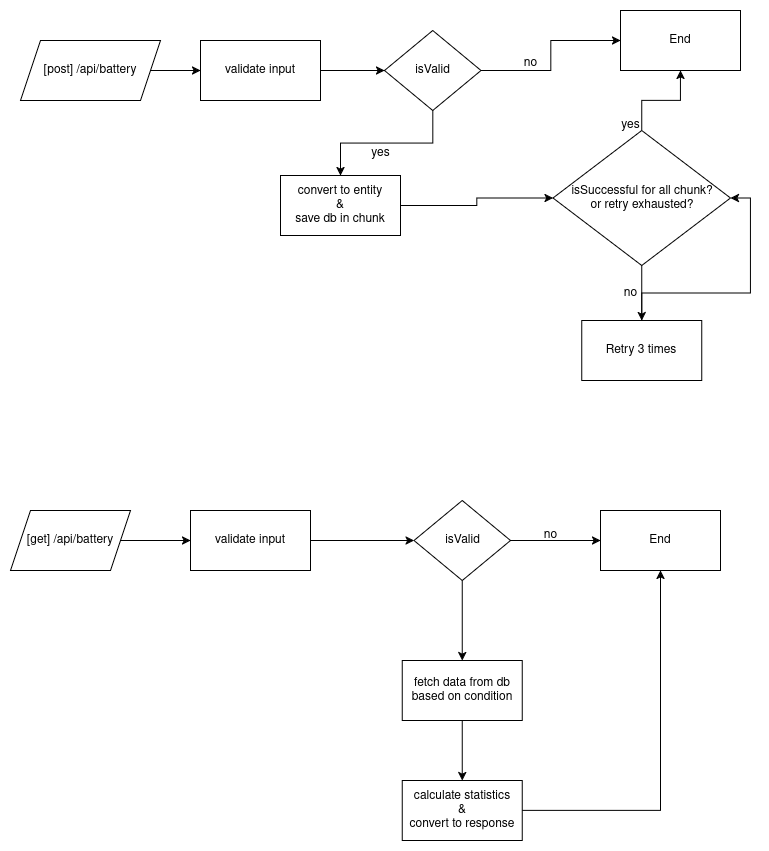
Earlier version of the draw.io export Flow Diagram.png (Hafiz-SE/vpp-backend). Source tidied: cells renumbered, new cells last; positions are measured from the earlier drawing's top-left corner, leaving out a move shared by most shapes.
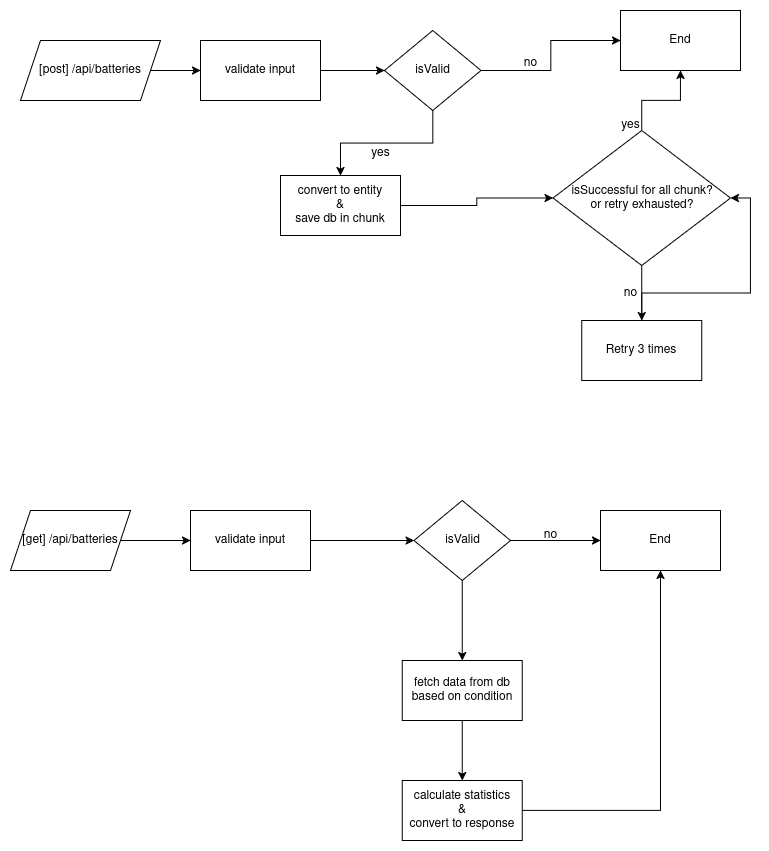
After the commit.

What changed in the source:
```diff
@@ -5,13 +5,13 @@
     <mxCell id="2" style="edgeStyle=orthogonalEdgeStyle;rounded=0;jettySize=auto;html=1;" parent="1" edge="1" source="3" target="7">
       <mxGeometry relative="1" as="geometry" />
     </mxCell>
-    <mxCell id="3" value="[post] /api/battery" style="shape=parallelogram;perimeter=parallelogramPerimeter;whiteSpace=wrap;html=1;fixedSize=1;" parent="1" vertex="1">
+    <mxCell id="3" value="&lt;div&gt;[post] /api/batteries&lt;/div&gt;" style="shape=parallelogram;perimeter=parallelogramPerimeter;whiteSpace=wrap;html=1;fixedSize=1;" parent="1" vertex="1">
       <mxGeometry x="10" y="30" width="140" height="60" as="geometry" />
     </mxCell>
     <mxCell id="4" style="edgeStyle=orthogonalEdgeStyle;rounded=0;jettySize=auto;html=1;entryX=0;entryY=0.5;entryDx=0;entryDy=0;" parent="1" edge="1" source="5" target="9">
       <mxGeometry relative="1" as="geometry" />
     </mxCell>
-    <mxCell id="5" value="&lt;div&gt;[get] /api/battery&lt;/div&gt;" style="shape=parallelogram;perimeter=parallelogramPerimeter;whiteSpace=wrap;html=1;fixedSize=1;" parent="1" vertex="1">
+    <mxCell id="5" value="&lt;div&gt;[get] /api/batteries&lt;/div&gt;" style="shape=parallelogram;perimeter=parallelogramPerimeter;whiteSpace=wrap;html=1;fixedSize=1;" parent="1" vertex="1">
       <mxGeometry y="500" width="120" height="60" as="geometry" />
     </mxCell>
     <mxCell id="6" style="edgeStyle=orthogonalEdgeStyle;rounded=0;jettySize=auto;html=1;entryX=0;entryY=0.5;entryDx=0;entryDy=0;" parent="1" edge="1" source="7" target="12">
```
